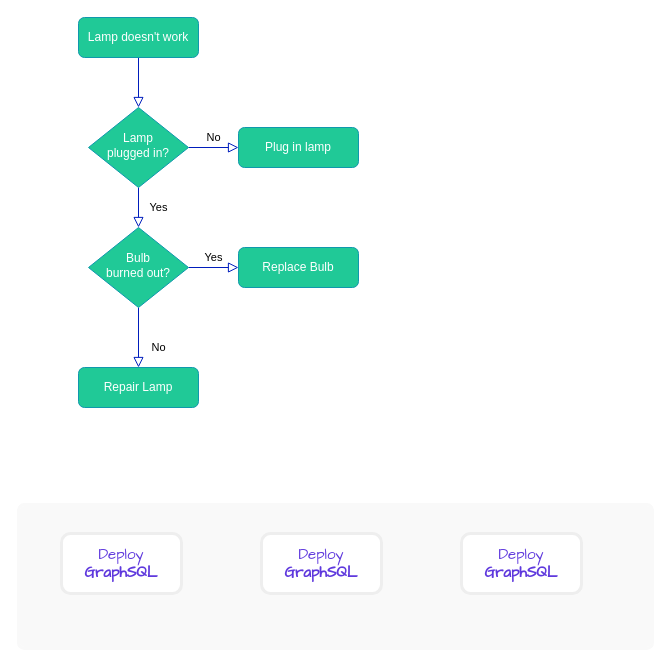
The draw.io diagram trigger_action.drawio in 2pc/mydrawio, before the edit. Source tidied: cells renumbered, new cells numbered last; positions are measured from the earlier drawing's top-left corner, leaving out a move shared by most shapes. Both pictures are drawn from the tidied source at 100%, with x=0, y=0 at pixel (18, 17).
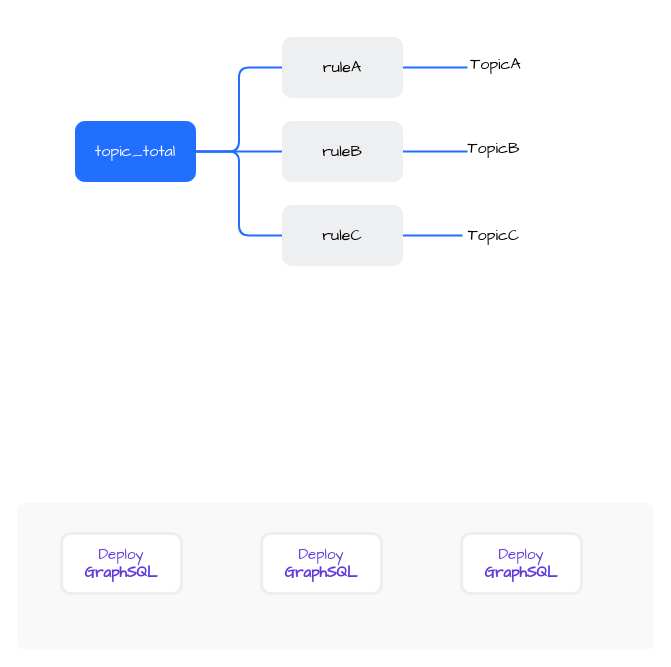
The same page after the edit.

What changed in the source:
```diff
@@
-    <mxCell id="2" style="rounded=0;html=1;jettySize=auto;fontSize=11;endArrow=block;endFill=0;endSize=8;strokeWidth=1;shadow=0;labelBackgroundColor=none;edgeStyle=orthogonalEdgeStyle;fillColor=#0050ef;strokeColor=#001DBC;" parent="1" edge="1" source="3" target="6">
-      <mxGeometry relative="1" as="geometry" />
-    </mxCell>
-    <mxCell id="3" value="Lamp doesn't work" style="rounded=1;whiteSpace=wrap;html=1;fontSize=12;glass=0;strokeWidth=1;shadow=0;fillColor=#20C997;strokeColor=#1098AD;fontColor=#ffffff;" parent="1" vertex="1">
-      <mxGeometry x="60" width="120" height="40" as="geometry" />
-    </mxCell>
-    <mxCell id="4" value="Yes" style="rounded=0;html=1;jettySize=auto;fontSize=11;endArrow=block;endFill=0;endSize=8;strokeWidth=1;shadow=0;labelBackgroundColor=none;edgeStyle=orthogonalEdgeStyle;fillColor=#0050ef;strokeColor=#001DBC;" parent="1" edge="1" source="6" target="10">
-      <mxGeometry y="20" relative="1" as="geometry" />
-    </mxCell>
-    <mxCell id="5" value="No" style="edgeStyle=orthogonalEdgeStyle;rounded=0;html=1;jettySize=auto;fontSize=11;endArrow=block;endFill=0;endSize=8;strokeWidth=1;shadow=0;labelBackgroundColor=none;fillColor=#0050ef;strokeColor=#001DBC;" parent="1" edge="1" source="6" target="7">
-      <mxGeometry y="10" relative="1" as="geometry" />
-    </mxCell>
-    <mxCell id="6" value="Lamp&lt;br&gt;plugged in?" style="rhombus;whiteSpace=wrap;html=1;shadow=0;fontFamily=Helvetica;fontSize=12;align=center;strokeWidth=1;spacing=6;spacingTop=-4;fillColor=#20C997;strokeColor=#1098AD;fontColor=#ffffff;" parent="1" vertex="1">
-      <mxGeometry x="70" y="90" width="100" height="80" as="geometry" />
-    </mxCell>
-    <mxCell id="7" value="Plug in lamp" style="rounded=1;whiteSpace=wrap;html=1;fontSize=12;glass=0;strokeWidth=1;shadow=0;fillColor=#20C997;strokeColor=#1098AD;fontColor=#ffffff;" parent="1" vertex="1">
-      <mxGeometry x="220" y="110" width="120" height="40" as="geometry" />
-    </mxCell>
-    <mxCell id="8" value="No" style="rounded=0;html=1;jettySize=auto;fontSize=11;endArrow=block;endFill=0;endSize=8;strokeWidth=1;shadow=0;labelBackgroundColor=none;edgeStyle=orthogonalEdgeStyle;fillColor=#0050ef;strokeColor=#001DBC;" parent="1" edge="1" source="10" target="11">
-      <mxGeometry x="0.33" y="20" relative="1" as="geometry" />
-    </mxCell>
-    <mxCell id="9" value="Yes" style="edgeStyle=orthogonalEdgeStyle;rounded=0;html=1;jettySize=auto;fontSize=11;endArrow=block;endFill=0;endSize=8;strokeWidth=1;shadow=0;labelBackgroundColor=none;fillColor=#0050ef;strokeColor=#001DBC;" parent="1" edge="1" source="10" target="12">
-      <mxGeometry y="10" relative="1" as="geometry" />
-    </mxCell>
-    <mxCell id="10" value="Bulb&lt;br&gt;burned out?" style="rhombus;whiteSpace=wrap;html=1;shadow=0;fontFamily=Helvetica;fontSize=12;align=center;strokeWidth=1;spacing=6;spacingTop=-4;fillColor=#20C997;strokeColor=#1098AD;fontColor=#ffffff;" parent="1" vertex="1">
-      <mxGeometry x="70" y="210" width="100" height="80" as="geometry" />
-    </mxCell>
-    <mxCell id="11" value="Repair Lamp" style="rounded=1;whiteSpace=wrap;html=1;fontSize=12;glass=0;strokeWidth=1;shadow=0;fillColor=#20C997;strokeColor=#1098AD;fontColor=#ffffff;" parent="1" vertex="1">
-      <mxGeometry x="60" y="350" width="120" height="40" as="geometry" />
-    </mxCell>
-    <mxCell id="12" value="Replace Bulb" style="rounded=1;whiteSpace=wrap;html=1;fontSize=12;glass=0;strokeWidth=1;shadow=0;fillColor=#20C997;strokeColor=#1098AD;fontColor=#ffffff;" parent="1" vertex="1">
-      <mxGeometry x="220" y="230" width="120" height="40" as="geometry" />
-    </mxCell>
@@
+    <mxCell id="17" style="edgeStyle=orthogonalEdgeStyle;rounded=1;jettySize=auto;html=1;exitX=1;exitY=0.5;exitDx=0;exitDy=0;entryX=0;entryY=0.5;entryDx=0;entryDy=0;fontFamily=Comic Sans MS;fontSize=16;fontColor=#FFFFFF;strokeColor=#216EFF;strokeWidth=2;endArrow=none;endFill=0;" parent="1" edge="1" source="20" target="22">
+      <mxGeometry relative="1" as="geometry" />
+    </mxCell>
+    <mxCell id="18" style="edgeStyle=orthogonalEdgeStyle;rounded=1;jettySize=auto;html=1;exitX=1;exitY=0.5;exitDx=0;exitDy=0;fontFamily=Comic Sans MS;fontSize=16;fontColor=#FFFFFF;strokeColor=#216EFF;strokeWidth=2;endArrow=none;endFill=0;" parent="1" edge="1" source="20" target="24">
+      <mxGeometry relative="1" as="geometry" />
+    </mxCell>
+    <mxCell id="19" style="edgeStyle=orthogonalEdgeStyle;rounded=1;jettySize=auto;html=1;exitX=1;exitY=0.5;exitDx=0;exitDy=0;entryX=0;entryY=0.5;entryDx=0;entryDy=0;fontFamily=Comic Sans MS;fontSize=16;fontColor=#FFFFFF;strokeColor=#216EFF;strokeWidth=2;endArrow=none;endFill=0;" parent="1" edge="1" source="20" target="26">
+      <mxGeometry relative="1" as="geometry" />
+    </mxCell>
+    <mxCell id="20" value="&lt;font color=&quot;#ffffff&quot; style=&quot;font-size: 16px&quot; face=&quot;Comic Sans MS&quot;&gt;topic_total&lt;/font&gt;" style="rounded=1;whiteSpace=wrap;html=1;fillColor=#216EFF;strokeColor=#216EFF;" parent="1" vertex="1">
+      <mxGeometry x="57" y="104" width="120" height="60" as="geometry" />
+    </mxCell>
+    <mxCell id="21" style="edgeStyle=orthogonalEdgeStyle;rounded=1;jettySize=auto;html=1;exitX=1;exitY=0.5;exitDx=0;exitDy=0;fontFamily=Comic Sans MS;fontSize=16;fontColor=#000000;strokeColor=#216EFF;strokeWidth=2;endArrow=none;endFill=0;" parent="1" edge="1" source="22">
+      <mxGeometry relative="1" as="geometry">
+        <mxPoint x="449" y="50" as="targetPoint" />
+      </mxGeometry>
+    </mxCell>
+    <mxCell id="22" value="&lt;font style=&quot;font-size: 16px&quot; face=&quot;Comic Sans MS&quot;&gt;ruleA&lt;/font&gt;" style="rounded=1;whiteSpace=wrap;html=1;fillColor=#EEEFF1;strokeColor=#EEEFF1;fontColor=#000000;" parent="1" vertex="1">
+      <mxGeometry x="264" y="20" width="120" height="60" as="geometry" />
+    </mxCell>
+    <mxCell id="23" style="edgeStyle=orthogonalEdgeStyle;rounded=1;jettySize=auto;html=1;exitX=1;exitY=0.5;exitDx=0;exitDy=0;fontFamily=Comic Sans MS;fontSize=16;fontColor=#000000;strokeColor=#216EFF;strokeWidth=2;endArrow=none;endFill=0;" parent="1" edge="1" source="24">
+      <mxGeometry relative="1" as="geometry">
+        <mxPoint x="449" y="134" as="targetPoint" />
+      </mxGeometry>
+    </mxCell>
+    <mxCell id="24" value="&lt;font style=&quot;font-size: 16px&quot; face=&quot;Comic Sans MS&quot;&gt;ruleB&lt;/font&gt;" style="rounded=1;whiteSpace=wrap;html=1;fillColor=#EEEFF1;strokeColor=#EEEFF1;fontColor=#000000;" parent="1" vertex="1">
+      <mxGeometry x="264" y="104" width="120" height="60" as="geometry" />
+    </mxCell>
+    <mxCell id="25" style="edgeStyle=orthogonalEdgeStyle;rounded=1;jettySize=auto;html=1;exitX=1;exitY=0.5;exitDx=0;exitDy=0;fontFamily=Comic Sans MS;fontSize=16;fontColor=#000000;strokeColor=#216EFF;strokeWidth=2;endArrow=none;endFill=0;" parent="1" edge="1" source="26">
+      <mxGeometry relative="1" as="geometry">
+        <mxPoint x="444" y="218" as="targetPoint" />
+      </mxGeometry>
+    </mxCell>
+    <mxCell id="26" value="&lt;font style=&quot;font-size: 16px&quot; face=&quot;Comic Sans MS&quot;&gt;ruleC&lt;/font&gt;" style="rounded=1;whiteSpace=wrap;html=1;fillColor=#EEEFF1;strokeColor=#EEEFF1;fontColor=#000000;" parent="1" vertex="1">
+      <mxGeometry x="264" y="188" width="120" height="60" as="geometry" />
+    </mxCell>
+    <mxCell id="27" value="TopicA" style="text;html=1;align=center;verticalAlign=middle;strokeColor=none;fillColor=none;fontSize=16;fontFamily=Comic Sans MS;fontColor=#000000;" parent="1" vertex="1">
+      <mxGeometry x="446" y="35" width="62" height="23" as="geometry" />
+    </mxCell>
+    <mxCell id="28" value="TopicB" style="text;html=1;align=center;verticalAlign=middle;strokeColor=none;fillColor=none;fontSize=16;fontFamily=Comic Sans MS;fontColor=#000000;" parent="1" vertex="1">
+      <mxGeometry x="444" y="119" width="61" height="23" as="geometry" />
+    </mxCell>
+    <mxCell id="29" value="TopicC" style="text;html=1;align=center;verticalAlign=middle;strokeColor=none;fillColor=none;fontSize=16;fontFamily=Comic Sans MS;fontColor=#000000;" parent="1" vertex="1">
+      <mxGeometry x="445" y="206.5" width="60" height="23" as="geometry" />
+    </mxCell>
```
